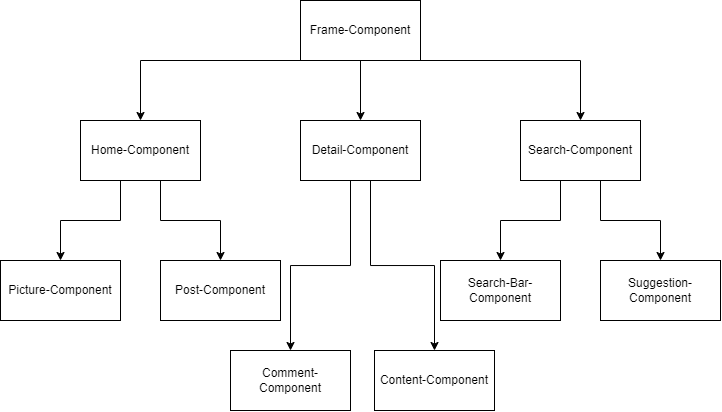
UdolfSeelenfrost/hka_red_client keeps this draw.io diagram as docs/KomponentenDiagramm.drawio.png. Above is the earlier version. Source tidied: cells renumbered, new cells last; positions are measured from the earlier drawing's top-left corner, leaving out a move shared by most shapes.
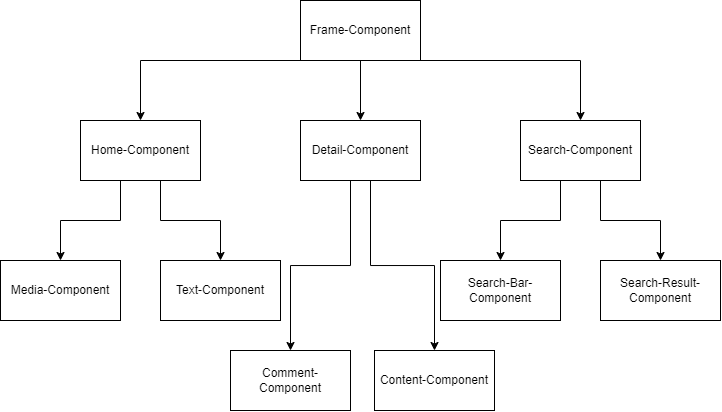
The same file after the commit.

Commit message:
Updated naming in Component-Diagram

The edit, as a diff of the source:
```diff
@@ -2,7 +2,7 @@
   <root>
     <mxCell id="0" />
     <mxCell id="1" parent="0" />
-    <mxCell id="2" value="Post-Component" style="rounded=0;whiteSpace=wrap;html=1;" parent="1" vertex="1">
+    <mxCell id="2" value="Text-Component" style="rounded=0;whiteSpace=wrap;html=1;" parent="1" vertex="1">
       <mxGeometry x="160" y="260" width="120" height="60" as="geometry" />
     </mxCell>
     <mxCell id="3" value="Comment-Component" style="rounded=0;whiteSpace=wrap;html=1;" parent="1" vertex="1">
@@ -49,7 +49,7 @@
     <mxCell id="10" value="Search-Component" style="rounded=0;whiteSpace=wrap;html=1;" parent="1" vertex="1">
       <mxGeometry x="520" y="120" width="120" height="60" as="geometry" />
     </mxCell>
-    <mxCell id="11" value="Picture-Component" style="rounded=0;whiteSpace=wrap;html=1;" parent="1" vertex="1">
+    <mxCell id="11" value="Media-Component" style="rounded=0;whiteSpace=wrap;html=1;" parent="1" vertex="1">
       <mxGeometry y="260" width="120" height="60" as="geometry" />
     </mxCell>
     <mxCell id="12" style="edgeStyle=orthogonalEdgeStyle;rounded=0;jettySize=auto;html=1;exitX=0.5;exitY=1;exitDx=0;exitDy=0;entryX=0.5;entryY=0;entryDx=0;entryDy=0;" parent="1" edge="1" source="14" target="2">
@@ -96,7 +96,7 @@
     <mxCell id="18" value="Search-Bar-Component" style="rounded=0;whiteSpace=wrap;html=1;" parent="1" vertex="1">
       <mxGeometry x="440" y="260" width="120" height="60" as="geometry" />
     </mxCell>
-    <mxCell id="19" value="Suggestion-Component" style="rounded=0;whiteSpace=wrap;html=1;" parent="1" vertex="1">
+    <mxCell id="19" value="Search-Result-Component" style="rounded=0;whiteSpace=wrap;html=1;" parent="1" vertex="1">
       <mxGeometry x="600" y="260" width="120" height="60" as="geometry" />
     </mxCell>
     <mxCell id="20" value="Content-Component" style="rounded=0;whiteSpace=wrap;html=1;" parent="1" vertex="1">
```
